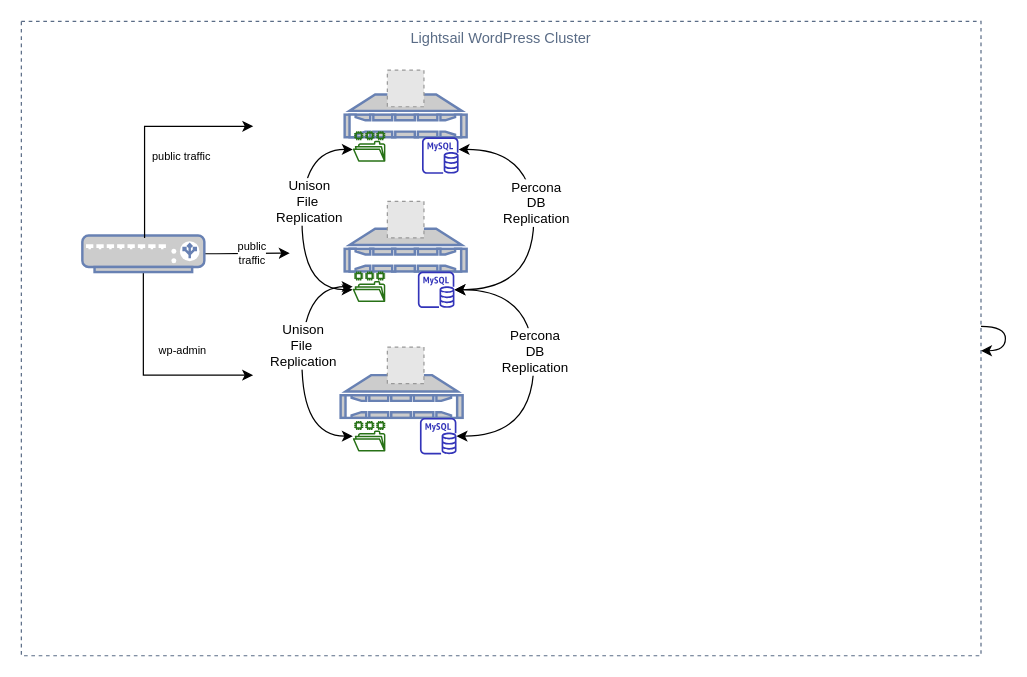
Before: Untitled Diagram.drawio in mukeshwani/lightsail-wordpress-cluster, a draw.io diagram. Source tidied: cells renumbered, new cells numbered last; positions are measured from the earlier drawing's top-left corner, leaving out a move shared by most shapes. Both pictures are drawn from the tidied source at 122%, with x=0, y=0 at pixel (21, 21). Pictures stored in the file or linked from it are replaced by grey dashed boxes.
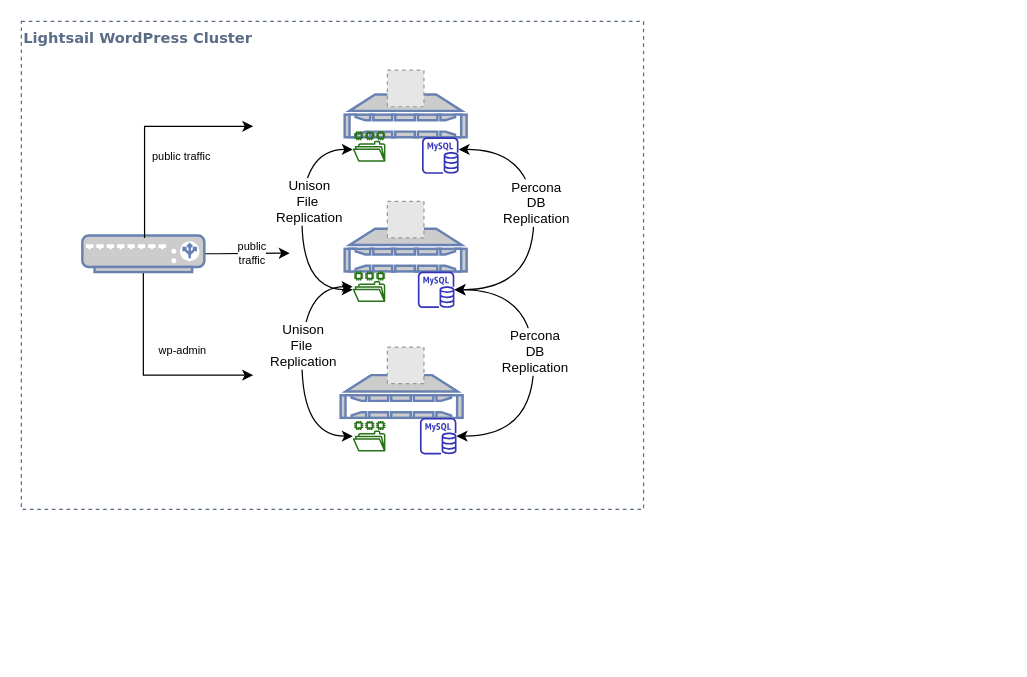
After the change.

Diff of the diagram source:
```diff
@@
-    <mxCell id="2" value="Lightsail WordPress Cluster" style="fillColor=none;strokeColor=#5A6C86;dashed=1;verticalAlign=top;fontStyle=0;fontColor=#5A6C86;" parent="1" vertex="1">
-      <mxGeometry width="786.6" height="520" as="geometry" />
+    <mxCell id="2" value="Lightsail WordPress Cluster" style="fillColor=none;strokeColor=#5A6C86;dashed=1;verticalAlign=top;fontStyle=1;fontColor=#5A6C86;align=left;fontFamily=Verdana;" parent="1" vertex="1">
+      <mxGeometry width="510" height="400" as="geometry" />
     </mxCell>
@@
-    <mxCell id="28" style="edgeStyle=orthogonalEdgeStyle;curved=1;rounded=0;orthogonalLoop=1;jettySize=auto;html=1;startArrow=none;startFill=0;" parent="1" edge="1" source="2" target="2">
-      <mxGeometry relative="1" as="geometry" />
-    </mxCell>
```
